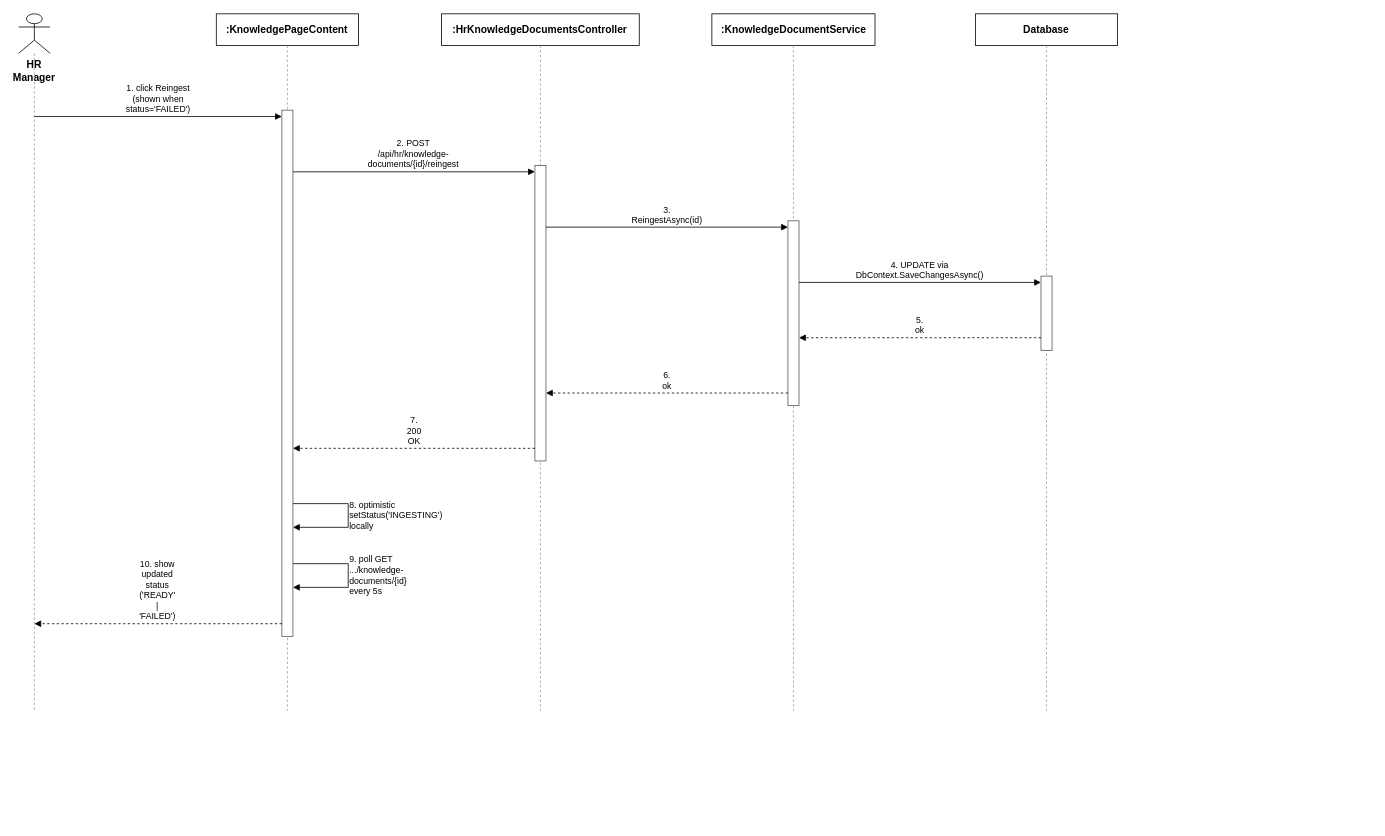
This is docs/qa/Nam_SequenceDiagram/Report4_SequenceDiagram_KnowledgeBaseManagement_ReingestDocument.drawio from tulklk/AI_Interview_Question_Generation_RAG_LLM_FE, a draw.io file, before an edit. Source tidied: cells renumbered, new cells numbered last; positions are measured from the earlier drawing's top-left corner, leaving out a move shared by most shapes. Both pictures are drawn from the tidied source at 79%, with x=0, y=0 at pixel (18, 13).
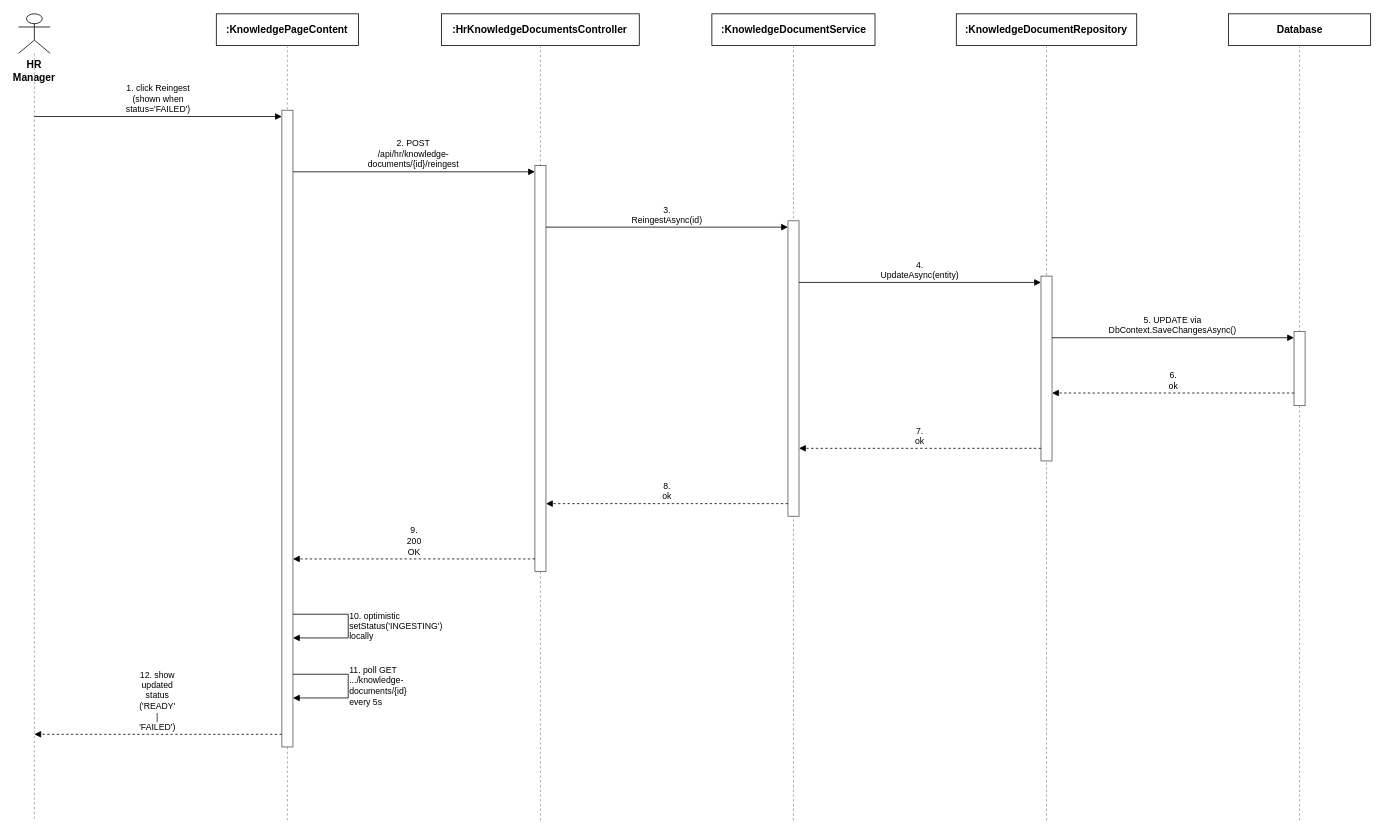
The same diagram, later.

Diff of the diagram source:
```diff
@@
     <mxCell id="3" style="endArrow=none;dashed=1;html=1;strokeColor=#999999;" parent="1" edge="1">
       <mxGeometry relative="1" as="geometry">
         <mxPoint x="20" y="50" as="sourcePoint" />
-        <mxPoint x="20" y="882" as="targetPoint" />
+        <mxPoint x="20" y="1022" as="targetPoint" />
       </mxGeometry>
     </mxCell>
@@
     <mxCell id="5" style="endArrow=none;dashed=1;html=1;strokeColor=#999999;" parent="1" edge="1">
       <mxGeometry relative="1" as="geometry">
         <mxPoint x="340.3" y="40" as="sourcePoint" />
-        <mxPoint x="340.3" y="882" as="targetPoint" />
+        <mxPoint x="340.3" y="1022" as="targetPoint" />
       </mxGeometry>
     </mxCell>
@@
     <mxCell id="7" style="endArrow=none;dashed=1;html=1;strokeColor=#999999;" parent="1" edge="1">
       <mxGeometry relative="1" as="geometry">
         <mxPoint x="660.6" y="40" as="sourcePoint" />
-        <mxPoint x="660.6" y="882" as="targetPoint" />
+        <mxPoint x="660.6" y="1022" as="targetPoint" />
       </mxGeometry>
     </mxCell>
@@
     <mxCell id="9" style="endArrow=none;dashed=1;html=1;strokeColor=#999999;" parent="1" edge="1">
       <mxGeometry relative="1" as="geometry">
         <mxPoint x="980.9" y="40" as="sourcePoint" />
-        <mxPoint x="980.9" y="882" as="targetPoint" />
+        <mxPoint x="980.9" y="1022" as="targetPoint" />
       </mxGeometry>
     </mxCell>
-    <mxCell id="10" value="Database" style="rounded=0;whiteSpace=wrap;html=1;fontSize=13;fillColor=#ffffff;strokeColor=#000000;fontStyle=1;" parent="1" vertex="1">
-      <mxGeometry x="1211.2" width="180" height="40" as="geometry" />
+    <mxCell id="10" value=":KnowledgeDocumentRepository" style="rounded=0;whiteSpace=wrap;html=1;fontSize=13;fillColor=#ffffff;strokeColor=#000000;fontStyle=1;" parent="1" vertex="1">
+      <mxGeometry x="1187" width="228.4" height="40" as="geometry" />
     </mxCell>
     <mxCell id="11" style="endArrow=none;dashed=1;html=1;strokeColor=#999999;" parent="1" edge="1">
       <mxGeometry relative="1" as="geometry">
         <mxPoint x="1301.2" y="40" as="sourcePoint" />
-        <mxPoint x="1301.2" y="882" as="targetPoint" />
+        <mxPoint x="1301.2" y="1022" as="targetPoint" />
       </mxGeometry>
     </mxCell>
-    <mxCell id="12" style="rounded=0;whiteSpace=wrap;html=1;fillColor=#ffffff;strokeColor=#555555;" parent="1" vertex="1">
-      <mxGeometry x="333.3" y="122" width="14" height="666" as="geometry" />
+    <mxCell id="12" value="Database" style="rounded=0;whiteSpace=wrap;html=1;fontSize=13;fillColor=#ffffff;strokeColor=#000000;fontStyle=1;" parent="1" vertex="1">
+      <mxGeometry x="1531.5" width="180" height="40" as="geometry" />
     </mxCell>
-    <mxCell id="13" style="rounded=0;whiteSpace=wrap;html=1;fillColor=#ffffff;strokeColor=#555555;" parent="1" vertex="1">
-      <mxGeometry x="653.6" y="192" width="14" height="374" as="geometry" />
+    <mxCell id="13" style="endArrow=none;dashed=1;html=1;strokeColor=#999999;" parent="1" edge="1">
+      <mxGeometry relative="1" as="geometry">
+        <mxPoint x="1621.5" y="40" as="sourcePoint" />
+        <mxPoint x="1621.5" y="1022" as="targetPoint" />
+      </mxGeometry>
     </mxCell>
     <mxCell id="14" style="rounded=0;whiteSpace=wrap;html=1;fillColor=#ffffff;strokeColor=#555555;" parent="1" vertex="1">
-      <mxGeometry x="973.9" y="262" width="14" height="234" as="geometry" />
+      <mxGeometry x="333.3" y="122" width="14" height="806" as="geometry" />
     </mxCell>
     <mxCell id="15" style="rounded=0;whiteSpace=wrap;html=1;fillColor=#ffffff;strokeColor=#555555;" parent="1" vertex="1">
-      <mxGeometry x="1294.2" y="332" width="14" height="94" as="geometry" />
+      <mxGeometry x="653.6" y="192" width="14" height="514" as="geometry" />
     </mxCell>
-    <mxCell id="16" value="1. click Reingest (shown when status='FAILED')" style="endArrow=block;endFill=1;html=1;whiteSpace=wrap;fontSize=11;align=center;verticalAlign=bottom;labelBackgroundColor=#ffffff;strokeColor=#000000;" parent="1" edge="1">
-      <mxGeometry relative="1" as="geometry">
-        <mxPoint x="20" y="130" as="sourcePoint" />
-        <mxPoint x="333.3" y="130" as="targetPoint" />
-      </mxGeometry>
+    <mxCell id="16" style="rounded=0;whiteSpace=wrap;html=1;fillColor=#ffffff;strokeColor=#555555;" parent="1" vertex="1">
+      <mxGeometry x="973.9" y="262" width="14" height="374" as="geometry" />
     </mxCell>
-    <mxCell id="17" value="2. POST /api/hr/knowledge-documents/{id}/reingest" style="endArrow=block;endFill=1;html=1;whiteSpace=wrap;fontSize=11;align=center;verticalAlign=bottom;labelBackgroundColor=#ffffff;strokeColor=#000000;" parent="1" edge="1">
-      <mxGeometry relative="1" as="geometry">
-        <mxPoint x="347.3" y="200" as="sourcePoint" />
-        <mxPoint x="653.6" y="200" as="targetPoint" />
-      </mxGeometry>
+    <mxCell id="17" style="rounded=0;whiteSpace=wrap;html=1;fillColor=#ffffff;strokeColor=#555555;" parent="1" vertex="1">
+      <mxGeometry x="1294.2" y="332" width="14" height="234" as="geometry" />
     </mxCell>
-    <mxCell id="18" value="3. ReingestAsync(id)" style="endArrow=block;endFill=1;html=1;whiteSpace=wrap;fontSize=11;align=center;verticalAlign=bottom;labelBackgroundColor=#ffffff;strokeColor=#000000;" parent="1" edge="1">
-      <mxGeometry relative="1" as="geometry">
-        <mxPoint x="667.6" y="270" as="sourcePoint" />
-        <mxPoint x="973.9" y="270" as="targetPoint" />
-      </mxGeometry>
+    <mxCell id="18" style="rounded=0;whiteSpace=wrap;html=1;fillColor=#ffffff;strokeColor=#555555;" parent="1" vertex="1">
+      <mxGeometry x="1614.5" y="402" width="14" height="94" as="geometry" />
     </mxCell>
-    <mxCell id="19" value="4. UPDATE via DbContext.SaveChangesAsync()" style="endArrow=block;endFill=1;html=1;whiteSpace=wrap;fontSize=11;align=center;verticalAlign=bottom;labelBackgroundColor=#ffffff;strokeColor=#000000;" parent="1" edge="1">
+    <mxCell id="19" value="1. click Reingest (shown when status='FAILED')" style="endArrow=block;endFill=1;html=1;whiteSpace=wrap;fontSize=11;align=center;verticalAlign=bottom;labelBackgroundColor=#ffffff;strokeColor=#000000;" parent="1" edge="1">
       <mxGeometry relative="1" as="geometry">
-        <mxPoint x="987.9" y="340" as="sourcePoint" />
-        <mxPoint x="1294.2" y="340" as="targetPoint" />
+        <mxPoint x="20" y="130" as="sourcePoint" />
+        <mxPoint x="333.3" y="130" as="targetPoint" />
       </mxGeometry>
     </mxCell>
-    <mxCell id="20" value="5. ok" style="endArrow=block;endFill=1;html=1;whiteSpace=wrap;dashed=1;fontSize=11;align=center;verticalAlign=bottom;labelBackgroundColor=#ffffff;strokeColor=#000000;" parent="1" edge="1">
+    <mxCell id="20" value="2. POST /api/hr/knowledge-documents/{id}/reingest" style="endArrow=block;endFill=1;html=1;whiteSpace=wrap;fontSize=11;align=center;verticalAlign=bottom;labelBackgroundColor=#ffffff;strokeColor=#000000;" parent="1" edge="1">
       <mxGeometry relative="1" as="geometry">
-        <mxPoint x="1294.2" y="410" as="sourcePoint" />
-        <mxPoint x="987.9" y="410" as="targetPoint" />
+        <mxPoint x="347.3" y="200" as="sourcePoint" />
+        <mxPoint x="653.6" y="200" as="targetPoint" />
       </mxGeometry>
     </mxCell>
-    <mxCell id="21" value="6. ok" style="endArrow=block;endFill=1;html=1;whiteSpace=wrap;dashed=1;fontSize=11;align=center;verticalAlign=bottom;labelBackgroundColor=#ffffff;strokeColor=#000000;" parent="1" edge="1">
+    <mxCell id="21" value="3. ReingestAsync(id)" style="endArrow=block;endFill=1;html=1;whiteSpace=wrap;fontSize=11;align=center;verticalAlign=bottom;labelBackgroundColor=#ffffff;strokeColor=#000000;" parent="1" edge="1">
       <mxGeometry relative="1" as="geometry">
-        <mxPoint x="973.9" y="480" as="sourcePoint" />
-        <mxPoint x="667.6" y="480" as="targetPoint" />
+        <mxPoint x="667.6" y="270" as="sourcePoint" />
+        <mxPoint x="973.9" y="270" as="targetPoint" />
       </mxGeometry>
     </mxCell>
-    <mxCell id="22" value="7. 200 OK" style="endArrow=block;endFill=1;html=1;whiteSpace=wrap;dashed=1;fontSize=11;align=center;verticalAlign=bottom;labelBackgroundColor=#ffffff;strokeColor=#000000;" parent="1" edge="1">
+    <mxCell id="22" value="4. UpdateAsync(entity)" style="endArrow=block;endFill=1;html=1;whiteSpace=wrap;fontSize=11;align=center;verticalAlign=bottom;labelBackgroundColor=#ffffff;strokeColor=#000000;" parent="1" edge="1">
       <mxGeometry relative="1" as="geometry">
-        <mxPoint x="653.6" y="550" as="sourcePoint" />
-        <mxPoint x="347.3" y="550" as="targetPoint" />
+        <mxPoint x="987.9" y="340" as="sourcePoint" />
+        <mxPoint x="1294.2" y="340" as="targetPoint" />
       </mxGeometry>
     </mxCell>
-    <mxCell id="23" value="8. optimistic setStatus('INGESTING') locally" style="endArrow=block;endFill=1;html=1;whiteSpace=wrap;fontSize=11;align=left;verticalAlign=middle;labelBackgroundColor=#ffffff;rounded=0;strokeColor=#000000;" parent="1" edge="1">
+    <mxCell id="23" value="5. UPDATE via DbContext.SaveChangesAsync()" style="endArrow=block;endFill=1;html=1;whiteSpace=wrap;fontSize=11;align=center;verticalAlign=bottom;labelBackgroundColor=#ffffff;strokeColor=#000000;" parent="1" edge="1">
       <mxGeometry relative="1" as="geometry">
-        <mxPoint x="347.3" y="620" as="sourcePoint" />
-        <mxPoint x="347.3" y="650" as="targetPoint" />
-        <Array as="points">
-          <mxPoint x="417.3" y="620" />
-          <mxPoint x="417.3" y="650" />
-        </Array>
+        <mxPoint x="1308.2" y="410" as="sourcePoint" />
+        <mxPoint x="1614.5" y="410" as="targetPoint" />
       </mxGeometry>
     </mxCell>
-    <mxCell id="24" value="9. poll GET .../knowledge-documents/{id} every 5s" style="endArrow=block;endFill=1;html=1;whiteSpace=wrap;fontSize=11;align=left;verticalAlign=middle;labelBackgroundColor=#ffffff;rounded=0;strokeColor=#000000;" parent="1" edge="1">
+    <mxCell id="24" value="6. ok" style="endArrow=block;endFill=1;html=1;whiteSpace=wrap;dashed=1;fontSize=11;align=center;verticalAlign=bottom;labelBackgroundColor=#ffffff;strokeColor=#000000;" parent="1" edge="1">
       <mxGeometry relative="1" as="geometry">
-        <mxPoint x="347.3" y="696" as="sourcePoint" />
-        <mxPoint x="347.3" y="726" as="targetPoint" />
-        <Array as="points">
-          <mxPoint x="417.3" y="696" />
-          <mxPoint x="417.3" y="726" />
-        </Array>
+        <mxPoint x="1614.5" y="480" as="sourcePoint" />
+        <mxPoint x="1308.2" y="480" as="targetPoint" />
       </mxGeometry>
     </mxCell>
-    <mxCell id="25" value="10. show updated status ('READY' | 'FAILED')" style="endArrow=block;endFill=1;html=1;whiteSpace=wrap;dashed=1;fontSize=11;align=center;verticalAlign=bottom;labelBackgroundColor=#ffffff;strokeColor=#000000;" parent="1" edge="1">
+    <mxCell id="25" value="7. ok" style="endArrow=block;endFill=1;html=1;whiteSpace=wrap;dashed=1;fontSize=11;align=center;verticalAlign=bottom;labelBackgroundColor=#ffffff;strokeColor=#000000;" parent="1" edge="1">
       <mxGeometry relative="1" as="geometry">
-        <mxPoint x="333.3" y="772" as="sourcePoint" />
-        <mxPoint x="20" y="772" as="targetPoint" />
+        <mxPoint x="1294.2" y="550" as="sourcePoint" />
+        <mxPoint x="987.9" y="550" as="targetPoint" />
       </mxGeometry>
     </mxCell>
+    <mxCell id="26" value="8. ok" style="endArrow=block;endFill=1;html=1;whiteSpace=wrap;dashed=1;fontSize=11;align=center;verticalAlign=bottom;labelBackgroundColor=#ffffff;strokeColor=#000000;" parent="1" edge="1">
+      <mxGeometry relative="1" as="geometry">
+        <mxPoint x="973.9" y="620" as="sourcePoint" />
+        <mxPoint x="667.6" y="620" as="targetPoint" />
+      </mxGeometry>
+    </mxCell>
+    <mxCell id="27" value="9. 200 OK" style="endArrow=block;endFill=1;html=1;whiteSpace=wrap;dashed=1;fontSize=11;align=center;verticalAlign=bottom;labelBackgroundColor=#ffffff;strokeColor=#000000;" parent="1" edge="1">
+      <mxGeometry relative="1" as="geometry">
+        <mxPoint x="653.6" y="690" as="sourcePoint" />
+        <mxPoint x="347.3" y="690" as="targetPoint" />
+      </mxGeometry>
+    </mxCell>
+    <mxCell id="28" value="10. optimistic setStatus('INGESTING') locally" style="endArrow=block;endFill=1;html=1;whiteSpace=wrap;fontSize=11;align=left;verticalAlign=middle;labelBackgroundColor=#ffffff;rounded=0;strokeColor=#000000;" parent="1" edge="1">
+      <mxGeometry relative="1" as="geometry">
+        <mxPoint x="347.3" y="760" as="sourcePoint" />
+        <mxPoint x="347.3" y="790" as="targetPoint" />
+        <Array as="points">
+          <mxPoint x="417.3" y="760" />
+          <mxPoint x="417.3" y="790" />
+        </Array>
+      </mxGeometry>
+    </mxCell>
+    <mxCell id="29" value="11. poll GET .../knowledge-documents/{id} every 5s" style="endArrow=block;endFill=1;html=1;whiteSpace=wrap;fontSize=11;align=left;verticalAlign=middle;labelBackgroundColor=#ffffff;rounded=0;strokeColor=#000000;" parent="1" edge="1">
+      <mxGeometry relative="1" as="geometry">
+        <mxPoint x="347.3" y="836" as="sourcePoint" />
+        <mxPoint x="347.3" y="866" as="targetPoint" />
+        <Array as="points">
+          <mxPoint x="417.3" y="836" />
+          <mxPoint x="417.3" y="866" />
+        </Array>
+      </mxGeometry>
+    </mxCell>
+    <mxCell id="30" value="12. show updated status ('READY' | 'FAILED')" style="endArrow=block;endFill=1;html=1;whiteSpace=wrap;dashed=1;fontSize=11;align=center;verticalAlign=bottom;labelBackgroundColor=#ffffff;strokeColor=#000000;" parent="1" edge="1">
+      <mxGeometry relative="1" as="geometry">
+        <mxPoint x="333.3" y="912" as="sourcePoint" />
+        <mxPoint x="20" y="912" as="targetPoint" />
+      </mxGeometry>
+    </mxCell>
```
